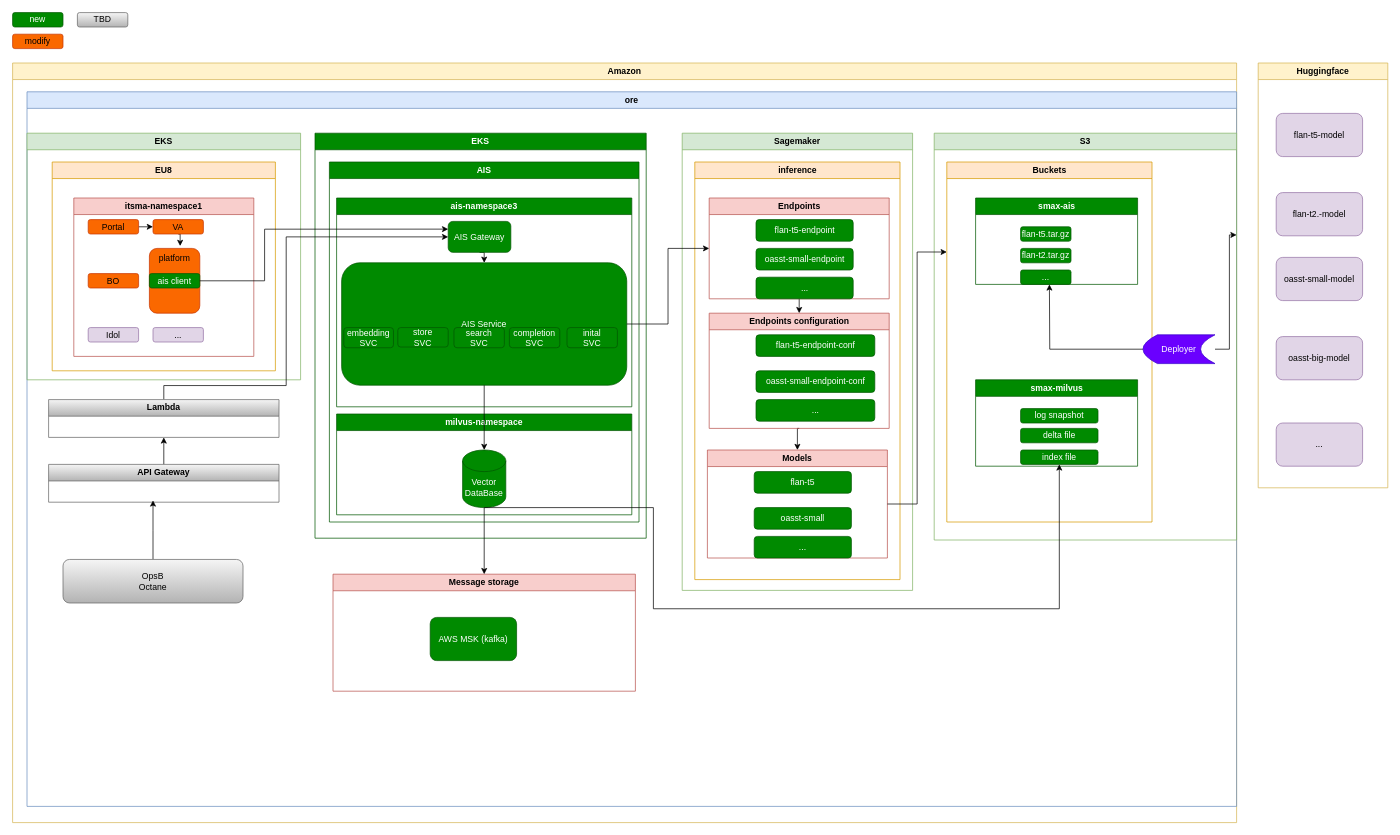
Before: LLM/topology.drawio in Ice-YcY/Diagram, a draw.io diagram. Source tidied: cells renumbered, new cells numbered last; positions are measured from the earlier drawing's top-left corner, leaving out a move shared by most shapes. Both pictures are drawn from the tidied source at 72%, with x=0, y=0 at pixel (12, 12).
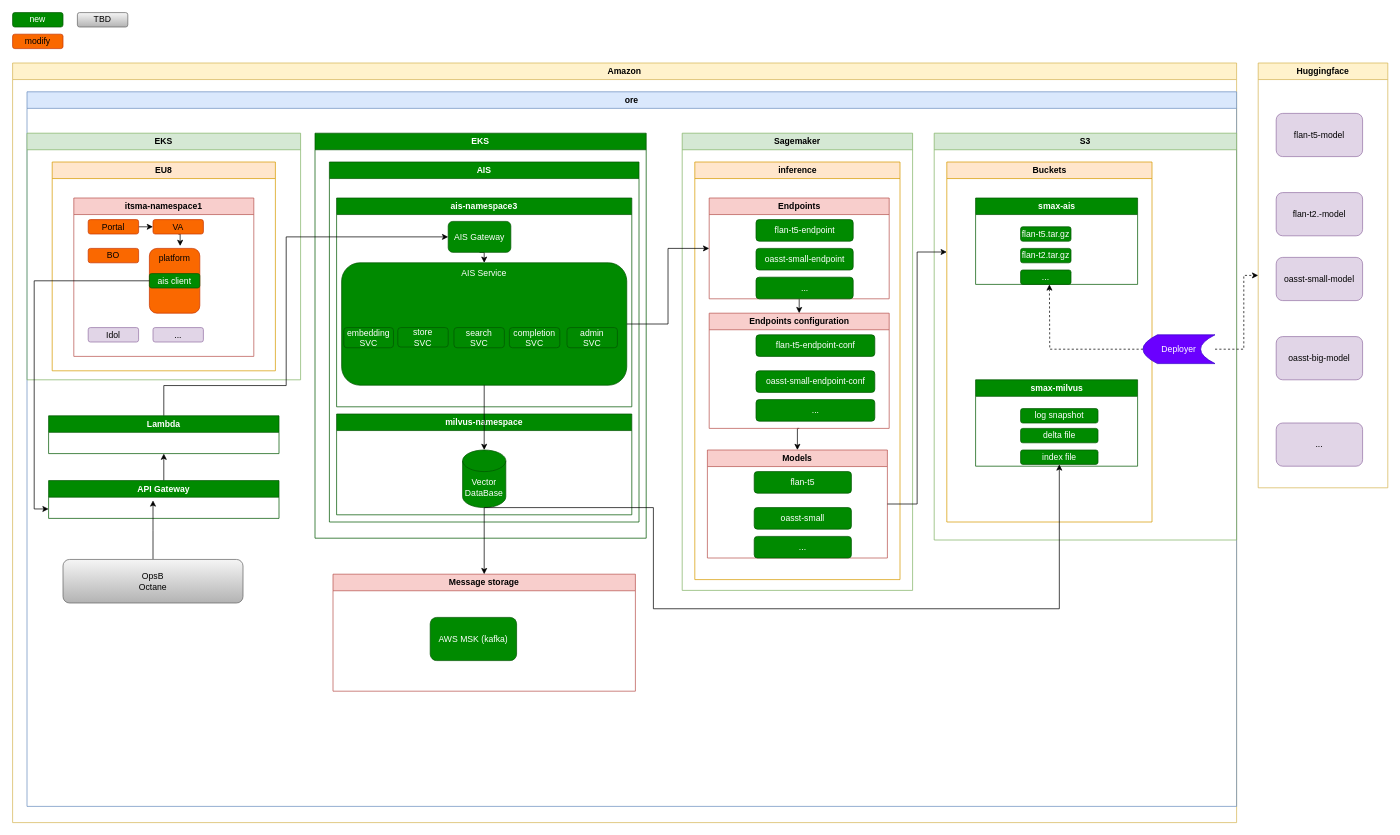
After the change.

The change refers to these unchanged cells:
```xml
<mxCell id="2" value="Huggingface" style="swimlane;whiteSpace=wrap;html=1;fillColor=#fff2cc;strokeColor=#d6b656;startSize=23;" parent="1" vertex="1">
  <mxGeometry x="1730" y="70" width="180" height="590" as="geometry" />
</mxCell>
<mxCell id="12" value="ore" style="swimlane;whiteSpace=wrap;html=1;fillColor=#dae8fc;strokeColor=#6c8ebf;" parent="11" vertex="1">
  <mxGeometry x="20" y="40" width="1680" height="992.5" as="geometry" />
</mxCell>
<mxCell id="31" value="itsma-namespace1" style="swimlane;whiteSpace=wrap;html=1;fillColor=#f8cecc;strokeColor=#b85450;" parent="30" vertex="1">
  <mxGeometry x="30" y="50" width="250" height="220" as="geometry" />
</mxCell>
<mxCell id="32" value="platform" style="rounded=1;whiteSpace=wrap;html=1;fillColor=#fa6800;strokeColor=#C73500;fontColor=#000000;verticalAlign=top;" parent="31" vertex="1">
  <mxGeometry x="105" y="70" width="70" height="90" as="geometry" />
</mxCell>
<mxCell id="36" value="ais client" style="rounded=1;whiteSpace=wrap;html=1;fillColor=#008a00;strokeColor=#005700;fontColor=#ffffff;" parent="31" vertex="1">
  <mxGeometry x="105" y="105" width="70" height="20" as="geometry" />
</mxCell>
<mxCell id="41" value="S3" style="swimlane;whiteSpace=wrap;html=1;fillColor=#d5e8d4;strokeColor=#82b366;" parent="12" vertex="1">
  <mxGeometry x="1260" y="57.5" width="420" height="565" as="geometry" />
</mxCell>
<mxCell id="53" value="Deployer" style="shape=dataStorage;whiteSpace=wrap;html=1;fixedSize=1;fillColor=#6a00ff;fontColor=#ffffff;strokeColor=#3700CC;" parent="41" vertex="1">
  <mxGeometry x="290" y="280" width="100" height="40" as="geometry" />
</mxCell>
<mxCell id="57" value="ais-namespace3" style="swimlane;whiteSpace=wrap;html=1;startSize=23;fillColor=#008a00;strokeColor=#005700;fontColor=#ffffff;" parent="56" vertex="1">
  <mxGeometry x="10" y="50" width="410" height="290" as="geometry" />
</mxCell>
<mxCell id="59" value="AIS Gateway" style="rounded=1;whiteSpace=wrap;html=1;fillColor=#008a00;strokeColor=#005700;fontColor=#ffffff;" parent="57" vertex="1">
  <mxGeometry x="155" y="32.5" width="87" height="43" as="geometry" />
</mxCell>
```

Diff of the diagram source:
```diff
@@
     <mxCell id="40" value="BO" style="rounded=1;whiteSpace=wrap;html=1;fillColor=#fa6800;strokeColor=#C73500;fontColor=#000000;" parent="31" vertex="1">
-      <mxGeometry x="20" y="105" width="70" height="20" as="geometry" />
+      <mxGeometry x="20" y="70" width="70" height="20" as="geometry" />
     </mxCell>
@@
-    <mxCell id="51" style="edgeStyle=orthogonalEdgeStyle;rounded=0;jettySize=auto;html=1;" parent="41" edge="1" source="53">
+    <mxCell id="51" style="edgeStyle=orthogonalEdgeStyle;rounded=0;jettySize=auto;html=1;dashed=1;" parent="41" edge="1" source="53">
       <mxGeometry relative="1" as="geometry">
         <mxPoint x="160" y="210" as="targetPoint" />
       </mxGeometry>
     </mxCell>
-    <mxCell id="52" style="edgeStyle=orthogonalEdgeStyle;rounded=0;jettySize=auto;html=1;exitX=1;exitY=0.5;exitDx=0;exitDy=0;entryX=1;entryY=0.25;entryDx=0;entryDy=0;" parent="41" edge="1" source="53" target="41">
-      <mxGeometry relative="1" as="geometry" />
-    </mxCell>
@@
-    <mxCell id="60" value="AIS Service" style="rounded=1;whiteSpace=wrap;html=1;fillColor=#008a00;strokeColor=#005700;fontColor=#ffffff;" parent="57" vertex="1">
+    <mxCell id="60" value="AIS Service" style="rounded=1;whiteSpace=wrap;html=1;fillColor=#008a00;strokeColor=#005700;fontColor=#ffffff;verticalAlign=top;" parent="57" vertex="1">
       <mxGeometry x="7" y="90" width="396" height="170" as="geometry" />
     </mxCell>
@@
-    <mxCell id="65" value="inital&lt;br&gt;SVC" style="rounded=1;whiteSpace=wrap;html=1;fillColor=#008a00;strokeColor=#005700;fontColor=#ffffff;" parent="57" vertex="1">
+    <mxCell id="65" value="admin&lt;br&gt;SVC" style="rounded=1;whiteSpace=wrap;html=1;fillColor=#008a00;strokeColor=#005700;fontColor=#ffffff;" parent="57" vertex="1">
       <mxGeometry x="320" y="180" width="70" height="28" as="geometry" />
     </mxCell>
@@
-    <mxCell id="71" value="API Gateway" style="swimlane;whiteSpace=wrap;html=1;fillColor=#f5f5f5;strokeColor=#666666;startSize=23;gradientColor=#b3b3b3;" parent="12" vertex="1">
-      <mxGeometry x="30" y="517.5" width="320" height="52.5" as="geometry" />
+    <mxCell id="71" value="API Gateway" style="swimlane;whiteSpace=wrap;html=1;fillColor=#008a00;strokeColor=#005700;startSize=23;fontColor=#ffffff;" parent="12" vertex="1">
+      <mxGeometry x="30" y="540" width="320" height="52.5" as="geometry" />
     </mxCell>
@@
-    <mxCell id="73" value="Lambda" style="swimlane;whiteSpace=wrap;html=1;fillColor=#f5f5f5;strokeColor=#666666;gradientColor=#b3b3b3;" parent="12" vertex="1">
-      <mxGeometry x="30" y="427.5" width="320" height="52.5" as="geometry" />
+    <mxCell id="73" value="Lambda" style="swimlane;whiteSpace=wrap;html=1;fillColor=#008a00;strokeColor=#005700;fontColor=#ffffff;" parent="12" vertex="1">
+      <mxGeometry x="30" y="450" width="320" height="52.5" as="geometry" />
     </mxCell>
@@
-    <mxCell id="76" style="edgeStyle=orthogonalEdgeStyle;rounded=0;jettySize=auto;html=1;exitX=1;exitY=0.5;exitDx=0;exitDy=0;entryX=0;entryY=0.25;entryDx=0;entryDy=0;" parent="12" edge="1" source="36" target="59">
+    <mxCell id="76" style="edgeStyle=orthogonalEdgeStyle;rounded=0;jettySize=auto;html=1;exitX=0;exitY=0.5;exitDx=0;exitDy=0;entryX=0;entryY=0.75;entryDx=0;entryDy=0;" parent="12" edge="1" source="32" target="71">
       <mxGeometry relative="1" as="geometry">
         <Array as="points">
-          <mxPoint x="330" y="263" />
-          <mxPoint x="330" y="191" />
+          <mxPoint x="10" y="263" />
+          <mxPoint x="10" y="579" />
         </Array>
       </mxGeometry>
     </mxCell>
@@
+    <mxCell id="81" style="edgeStyle=orthogonalEdgeStyle;rounded=0;jettySize=auto;html=1;exitX=1;exitY=0.5;exitDx=0;exitDy=0;entryX=0;entryY=0.5;entryDx=0;entryDy=0;dashed=1;" parent="1" edge="1" source="53" target="2">
+      <mxGeometry relative="1" as="geometry">
+        <Array as="points">
+          <mxPoint x="1710" y="468" />
+          <mxPoint x="1710" y="365" />
+        </Array>
+      </mxGeometry>
+    </mxCell>
```
